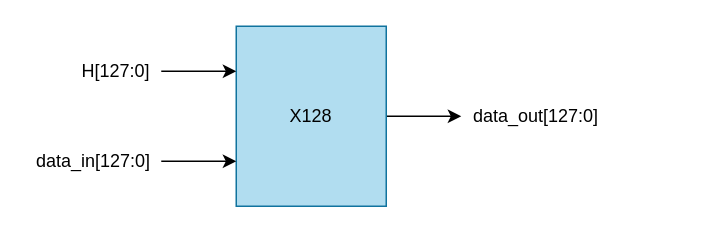
The draw.io diagram Quang Long/_drawio/Module X128 high level.drawio in LQLManZz/AES128-Verilog, before the edit. Source tidied: cells renumbered, new cells numbered last; positions are measured from the earlier drawing's top-left corner, leaving out a move shared by most shapes. Both pictures are drawn from the tidied source at 150%, with x=0, y=0 at pixel (26, 26).
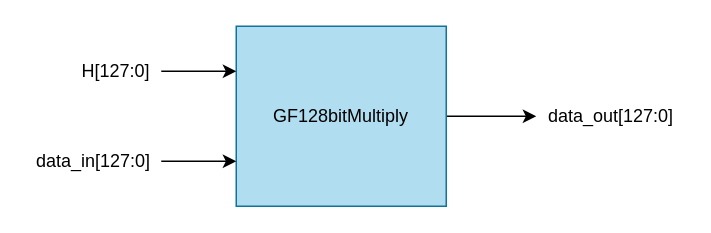
After the change.

What changed in the source:
```diff
@@
 <mxGraphModel>
   <root>
     <mxCell id="0" />
     <mxCell id="1" parent="0" />
     <mxCell id="2" style="edgeStyle=orthogonalEdgeStyle;rounded=0;jettySize=auto;html=1;exitX=1;exitY=0.5;exitDx=0;exitDy=0;entryX=0;entryY=0.5;entryDx=0;entryDy=0;" parent="1" edge="1" source="3" target="6">
       <mxGeometry relative="1" as="geometry" />
     </mxCell>
-    <mxCell id="3" value="X128" style="whiteSpace=wrap;html=1;fillColor=#b1ddf0;strokeColor=#10739e;" parent="1" vertex="1">
-      <mxGeometry x="140" width="100" height="120" as="geometry" />
+    <mxCell id="3" value="GF128bitMultiply" style="whiteSpace=wrap;html=1;fillColor=#b1ddf0;strokeColor=#10739e;" parent="1" vertex="1">
+      <mxGeometry x="140" width="140" height="120" as="geometry" />
     </mxCell>
     <mxCell id="4" style="edgeStyle=orthogonalEdgeStyle;rounded=0;jettySize=auto;html=1;exitX=1;exitY=0.5;exitDx=0;exitDy=0;entryX=0;entryY=0.25;entryDx=0;entryDy=0;" parent="1" edge="1" source="5" target="3">
       <mxGeometry relative="1" as="geometry" />
     </mxCell>
     <mxCell id="5" value="H[127:0]" style="text;html=1;whiteSpace=wrap;strokeColor=none;fillColor=none;align=center;verticalAlign=middle;rounded=0;" parent="1" vertex="1">
       <mxGeometry x="30" y="15" width="60" height="30" as="geometry" />
     </mxCell>
     <mxCell id="6" value="data_out[127:0]" style="text;html=1;whiteSpace=wrap;strokeColor=none;fillColor=none;align=center;verticalAlign=middle;rounded=0;" parent="1" vertex="1">
-      <mxGeometry x="290" y="45" width="100" height="30" as="geometry" />
+      <mxGeometry x="340" y="45" width="100" height="30" as="geometry" />
     </mxCell>
     <mxCell id="7" style="edgeStyle=orthogonalEdgeStyle;rounded=0;jettySize=auto;html=1;exitX=1;exitY=0.5;exitDx=0;exitDy=0;entryX=0;entryY=0.75;entryDx=0;entryDy=0;" parent="1" edge="1" source="8" target="3">
       <mxGeometry relative="1" as="geometry" />
     </mxCell>
     <mxCell id="8" value="data_in[127:0]" style="text;html=1;whiteSpace=wrap;strokeColor=none;fillColor=none;align=center;verticalAlign=middle;rounded=0;" parent="1" vertex="1">
       <mxGeometry y="75" width="90" height="30" as="geometry" />
     </mxCell>
   </root>
 </mxGraphModel>
```
